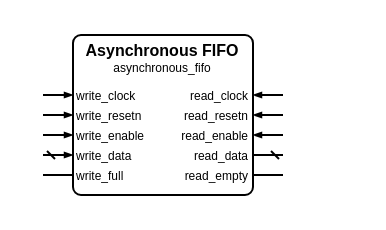
This is sources/data/access_enable/asynchronous_fifo/asynchronous_fifo.symbol.drawio from Louis-DR/OmniCores-BuildingBlocks, a draw.io file, before an edit. Source tidied: cells renumbered, new cells numbered last; positions are measured from the earlier drawing's top-left corner, leaving out a move shared by most shapes. Both pictures are drawn from the tidied source at 200%, with x=0, y=0 at pixel (42, 34).
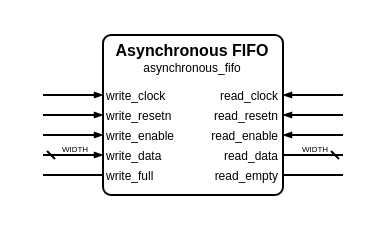
After the change.

Change to the diagram source:
```diff
@@
     <mxCell id="2" style="group;" parent="1" vertex="1">
-      <mxGeometry width="120" height="80" as="geometry" />
+      <mxGeometry width="150" height="80" as="geometry" />
     </mxCell>
     <mxCell id="3" style="rounded=1;arcSize=5;fillColor=none;strokeWidth=1;strokeColor=black;whiteSpace=wrap;html=1;" parent="2" vertex="1">
-      <mxGeometry x="15" width="90" height="80" as="geometry" />
+      <mxGeometry x="30" width="90" height="80" as="geometry" />
     </mxCell>
     <mxCell id="4" value="Asynchronous FIFO" style="text;html=1;align=center;verticalAlign=middle;whiteSpace=wrap;rounded=0;fontSize=8;fontStyle=1;fontColor=black;" parent="2" vertex="1">
-      <mxGeometry x="15" y="7" width="90" as="geometry" />
+      <mxGeometry x="30" y="7" width="90" as="geometry" />
     </mxCell>
     <mxCell id="5" value="asynchronous_fifo" style="text;html=1;align=center;verticalAlign=middle;whiteSpace=wrap;rounded=0;fontSize=6;fontStyle=0;fontColor=black;" parent="2" vertex="1">
-      <mxGeometry x="15" y="16" width="90" as="geometry" />
+      <mxGeometry x="30" y="16" width="90" as="geometry" />
     </mxCell>
     <mxCell id="6" value="write_clock" style="text;html=1;align=left;verticalAlign=middle;whiteSpace=wrap;rounded=0;fontSize=6;fontStyle=0;fontColor=black;" parent="2" vertex="1">
-      <mxGeometry x="15" y="30" width="90" as="geometry" />
+      <mxGeometry x="30" y="30" width="90" as="geometry" />
     </mxCell>
     <mxCell id="7" style="html=1;rounded=1;strokeWidth=1;strokeColor=black;startFill=0;startSize=2;startArrow=none;endFill=1;endSize=2;endArrow=blockThin;sourcePerimeterSpacing=0;" parent="2" edge="1">
       <mxGeometry relative="1" as="geometry">
         <mxPoint y="30" as="sourcePoint" />
-        <mxPoint x="15" y="30" as="targetPoint" />
+        <mxPoint x="30" y="30" as="targetPoint" />
       </mxGeometry>
     </mxCell>
     <mxCell id="8" value="read_clock" style="text;html=1;align=right;verticalAlign=middle;whiteSpace=wrap;rounded=0;fontSize=6;fontStyle=0;fontColor=black;" parent="2" vertex="1">
-      <mxGeometry x="15" y="30" width="90" as="geometry" />
+      <mxGeometry x="30" y="30" width="90" as="geometry" />
     </mxCell>
     <mxCell id="9" style="html=1;rounded=1;strokeWidth=1;strokeColor=black;startFill=0;startSize=2;startArrow=none;endFill=1;endSize=2;endArrow=blockThin;sourcePerimeterSpacing=0;" parent="2" edge="1">
       <mxGeometry relative="1" as="geometry">
-        <mxPoint x="120" y="30" as="sourcePoint" />
-        <mxPoint x="105" y="30" as="targetPoint" />
+        <mxPoint x="150" y="30" as="sourcePoint" />
+        <mxPoint x="120" y="30" as="targetPoint" />
       </mxGeometry>
     </mxCell>
     <mxCell id="10" value="write_resetn" style="text;html=1;align=left;verticalAlign=middle;whiteSpace=wrap;rounded=0;fontSize=6;fontStyle=0;fontColor=black;" parent="2" vertex="1">
-      <mxGeometry x="15" y="40" width="90" as="geometry" />
+      <mxGeometry x="30" y="40" width="90" as="geometry" />
     </mxCell>
     <mxCell id="11" style="html=1;rounded=1;strokeWidth=1;strokeColor=black;startFill=0;startSize=2;startArrow=none;endFill=1;endSize=2;endArrow=blockThin;sourcePerimeterSpacing=0;" parent="2" edge="1">
       <mxGeometry relative="1" as="geometry">
         <mxPoint y="40" as="sourcePoint" />
-        <mxPoint x="15" y="40" as="targetPoint" />
+        <mxPoint x="30" y="40" as="targetPoint" />
       </mxGeometry>
     </mxCell>
     <mxCell id="12" value="read_resetn" style="text;html=1;align=right;verticalAlign=middle;whiteSpace=wrap;rounded=0;fontSize=6;fontStyle=0;fontColor=black;" parent="2" vertex="1">
-      <mxGeometry x="15" y="40" width="90" as="geometry" />
+      <mxGeometry x="30" y="40" width="90" as="geometry" />
     </mxCell>
     <mxCell id="13" style="html=1;rounded=1;strokeWidth=1;strokeColor=black;startFill=0;startSize=2;startArrow=none;endFill=1;endSize=2;endArrow=blockThin;sourcePerimeterSpacing=0;" parent="2" edge="1">
       <mxGeometry relative="1" as="geometry">
-        <mxPoint x="120" y="40" as="sourcePoint" />
-        <mxPoint x="105" y="40" as="targetPoint" />
+        <mxPoint x="150" y="40" as="sourcePoint" />
+        <mxPoint x="120" y="40" as="targetPoint" />
       </mxGeometry>
     </mxCell>
     <mxCell id="14" value="write_enable" style="text;html=1;align=left;verticalAlign=middle;whiteSpace=wrap;rounded=0;fontSize=6;fontStyle=0;fontColor=black;" parent="2" vertex="1">
-      <mxGeometry x="15" y="50" width="90" as="geometry" />
+      <mxGeometry x="30" y="50" width="90" as="geometry" />
     </mxCell>
     <mxCell id="15" style="html=1;rounded=1;strokeWidth=1;strokeColor=black;startFill=0;startSize=2;startArrow=none;endFill=1;endSize=2;endArrow=blockThin;sourcePerimeterSpacing=0;" parent="2" edge="1">
       <mxGeometry relative="1" as="geometry">
         <mxPoint y="50" as="sourcePoint" />
-        <mxPoint x="15" y="50" as="targetPoint" />
+        <mxPoint x="30" y="50" as="targetPoint" />
       </mxGeometry>
     </mxCell>
     <mxCell id="16" value="read_enable" style="text;html=1;align=right;verticalAlign=middle;whiteSpace=wrap;rounded=0;fontSize=6;fontStyle=0;fontColor=black;" parent="2" vertex="1">
-      <mxGeometry x="15" y="50" width="90" as="geometry" />
+      <mxGeometry x="30" y="50" width="90" as="geometry" />
     </mxCell>
     <mxCell id="17" style="html=1;rounded=1;strokeWidth=1;strokeColor=black;startFill=0;startSize=2;startArrow=none;endFill=1;endSize=2;endArrow=blockThin;sourcePerimeterSpacing=0;" parent="2" edge="1">
       <mxGeometry relative="1" as="geometry">
-        <mxPoint x="120" y="50" as="sourcePoint" />
-        <mxPoint x="105" y="50" as="targetPoint" />
+        <mxPoint x="150" y="50" as="sourcePoint" />
+        <mxPoint x="120" y="50" as="targetPoint" />
       </mxGeometry>
     </mxCell>
     <mxCell id="18" value="write_data" style="text;html=1;align=left;verticalAlign=middle;whiteSpace=wrap;rounded=0;fontSize=6;fontStyle=0;fontColor=black;" parent="2" vertex="1">
-      <mxGeometry x="15" y="60" width="90" as="geometry" />
+      <mxGeometry x="30" y="60" width="90" as="geometry" />
     </mxCell>
     <mxCell id="19" style="html=1;rounded=1;strokeWidth=1;strokeColor=black;startFill=0;startSize=2;startArrow=dash;endFill=1;endSize=2;endArrow=blockThin;sourcePerimeterSpacing=0;" parent="2" edge="1">
       <mxGeometry relative="1" as="geometry">
         <mxPoint y="60" as="sourcePoint" />
-        <mxPoint x="15" y="60" as="targetPoint" />
+        <mxPoint x="30" y="60" as="targetPoint" />
       </mxGeometry>
     </mxCell>
+    <mxCell id="26" value="WIDTH" style="text;html=1;align=center;verticalAlign=middle;whiteSpace=nowrap;rounded=0;fontSize=4;fontStyle=0;fontColor=black;" parent="2" vertex="1">
+      <mxGeometry x="15" y="57" as="geometry" />
+    </mxCell>
     <mxCell id="20" value="read_data" style="text;html=1;align=right;verticalAlign=middle;whiteSpace=wrap;rounded=0;fontSize=6;fontStyle=0;fontColor=black;" parent="2" vertex="1">
-      <mxGeometry x="15" y="60" width="90" as="geometry" />
+      <mxGeometry x="30" y="60" width="90" as="geometry" />
     </mxCell>
     <mxCell id="21" style="html=1;rounded=1;strokeWidth=1;strokeColor=black;startFill=0;startSize=2;startArrow=dash;endFill=1;endSize=2;endArrow=none;sourcePerimeterSpacing=0;" parent="2" edge="1">
       <mxGeometry relative="1" as="geometry">
-        <mxPoint x="120" y="60" as="sourcePoint" />
-        <mxPoint x="105" y="60" as="targetPoint" />
+        <mxPoint x="150" y="60" as="sourcePoint" />
+        <mxPoint x="120" y="60" as="targetPoint" />
       </mxGeometry>
     </mxCell>
+    <mxCell id="27" value="WIDTH" style="text;html=1;align=center;verticalAlign=middle;whiteSpace=nowrap;rounded=0;fontSize=4;fontStyle=0;fontColor=black;" parent="2" vertex="1">
+      <mxGeometry x="135" y="57" as="geometry" />
+    </mxCell>
     <mxCell id="22" value="write_full" style="text;html=1;align=left;verticalAlign=middle;whiteSpace=wrap;rounded=0;fontSize=6;fontStyle=0;fontColor=black;" parent="2" vertex="1">
-      <mxGeometry x="15" y="70" width="90" as="geometry" />
+      <mxGeometry x="30" y="70" width="90" as="geometry" />
     </mxCell>
     <mxCell id="23" style="html=1;rounded=1;strokeWidth=1;strokeColor=black;startFill=0;startSize=2;startArrow=none;endFill=1;endSize=2;endArrow=none;sourcePerimeterSpacing=0;" parent="2" edge="1">
       <mxGeometry relative="1" as="geometry">
         <mxPoint y="70" as="sourcePoint" />
-        <mxPoint x="15" y="70" as="targetPoint" />
+        <mxPoint x="30" y="70" as="targetPoint" />
       </mxGeometry>
     </mxCell>
     <mxCell id="24" value="read_empty" style="text;html=1;align=right;verticalAlign=middle;whiteSpace=wrap;rounded=0;fontSize=6;fontStyle=0;fontColor=black;" parent="2" vertex="1">
-      <mxGeometry x="15" y="70" width="90" as="geometry" />
+      <mxGeometry x="30" y="70" width="90" as="geometry" />
     </mxCell>
     <mxCell id="25" style="html=1;rounded=1;strokeWidth=1;strokeColor=black;startFill=0;startSize=2;startArrow=none;endFill=1;endSize=2;endArrow=none;sourcePerimeterSpacing=0;" parent="2" edge="1">
       <mxGeometry relative="1" as="geometry">
-        <mxPoint x="120" y="70" as="sourcePoint" />
-        <mxPoint x="105" y="70" as="targetPoint" />
+        <mxPoint x="150" y="70" as="sourcePoint" />
+        <mxPoint x="120" y="70" as="targetPoint" />
       </mxGeometry>
     </mxCell>
```
